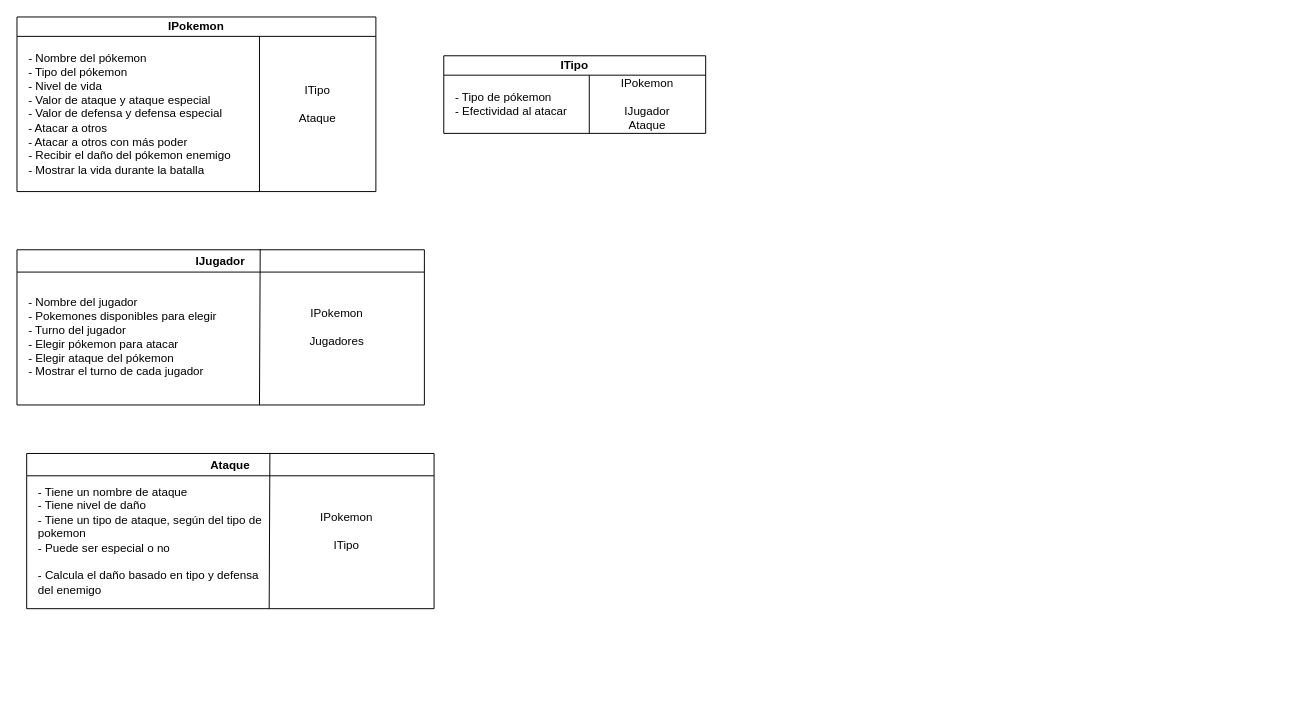
The draw.io diagram docs/Tarjetas CRC Primera Entrega.drawio in ucudal/pii_2024_2_equipo16, before the edit. Source tidied: cells renumbered, new cells numbered last; positions are measured from the earlier drawing's top-left corner, leaving out a move shared by most shapes. Both pictures are drawn from the tidied source at 97%, with x=0, y=0 at pixel (16, 16).
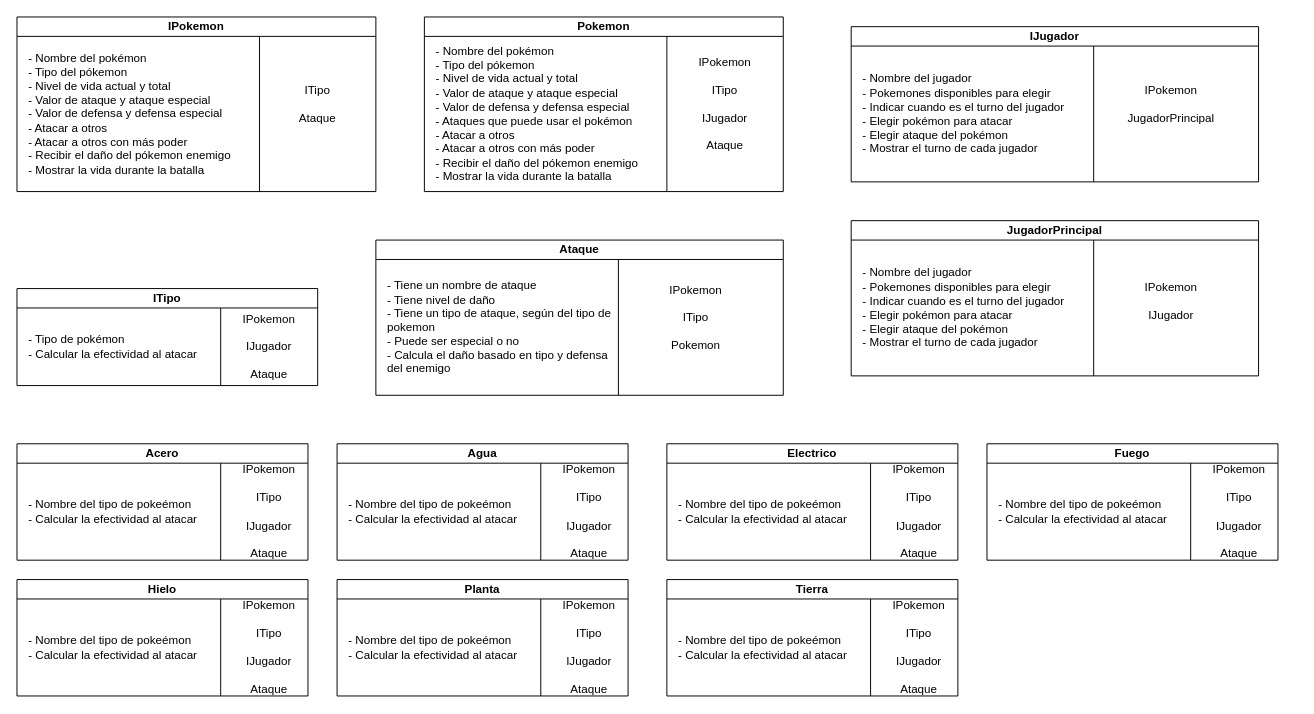
The same page after the edit.

Unchanged cells that the change refers to:
```xml
<mxCell id="2" value="IPokemon" style="swimlane;whiteSpace=wrap;html=1;startSize=20;" parent="1" vertex="1">
  <mxGeometry width="370" height="180" as="geometry" />
</mxCell>
```

Change to the diagram source:
```diff
@@
-    <mxCell id="3" value="- Nombre del pókemon&lt;div&gt;&lt;div&gt;&lt;div&gt;- Tipo del pókemon&lt;/div&gt;&lt;div&gt;- Nivel de vida&lt;/div&gt;&lt;div&gt;- Valor de ataque y ataque especial&lt;/div&gt;&lt;/div&gt;&lt;div&gt;- Valor de defensa y defensa especial&lt;/div&gt;&lt;div&gt;- Atacar a otros&lt;/div&gt;&lt;div&gt;- Atacar a otros con más poder&lt;/div&gt;&lt;div&gt;- Recibir el daño del pókemon enemigo&lt;/div&gt;&lt;div&gt;- Mostrar la vida durante la batalla&lt;/div&gt;&lt;/div&gt;" style="text;html=1;align=left;verticalAlign=middle;whiteSpace=wrap;rounded=0;" parent="2" vertex="1">
+    <mxCell id="3" value="- Nombre del pokémon&lt;div&gt;&lt;div&gt;&lt;div&gt;- Tipo del pókemon&lt;/div&gt;&lt;div&gt;- Nivel de vida actual y total&lt;/div&gt;&lt;div&gt;- Valor de ataque y ataque especial&lt;/div&gt;&lt;/div&gt;&lt;div&gt;- Valor de defensa y defensa especial&lt;/div&gt;&lt;div&gt;- Atacar a otros&lt;/div&gt;&lt;div&gt;- Atacar a otros con más poder&lt;/div&gt;&lt;div&gt;- Recibir el daño del pókemon enemigo&lt;/div&gt;&lt;div&gt;- Mostrar la vida durante la batalla&lt;/div&gt;&lt;/div&gt;" style="text;html=1;align=left;verticalAlign=middle;whiteSpace=wrap;rounded=0;" parent="2" vertex="1">
       <mxGeometry x="10" y="20" width="240" height="160" as="geometry" />
     </mxCell>
@@
     <mxCell id="6" value="ITipo" style="swimlane;whiteSpace=wrap;html=1;startSize=20;" parent="1" vertex="1">
-      <mxGeometry x="440" y="40" width="270" height="80" as="geometry" />
+      <mxGeometry y="280" width="310" height="100" as="geometry" />
     </mxCell>
-    <mxCell id="7" value="- Tipo de pókemon&lt;div&gt;- Efectividad al atacar&lt;/div&gt;" style="text;html=1;align=left;verticalAlign=middle;whiteSpace=wrap;rounded=0;" parent="6" vertex="1">
-      <mxGeometry x="10" y="20" width="140" height="60" as="geometry" />
+    <mxCell id="7" value="- Tipo de pokémon&lt;div&gt;- Calcular la efectividad al atacar&lt;br&gt;&lt;/div&gt;" style="text;html=1;align=left;verticalAlign=middle;whiteSpace=wrap;rounded=0;" parent="6" vertex="1">
+      <mxGeometry x="10" y="30" width="180" height="60" as="geometry" />
     </mxCell>
-    <mxCell id="8" value="IPokemon&lt;div&gt;&lt;br&gt;&lt;div&gt;IJugador&lt;/div&gt;&lt;/div&gt;&lt;div&gt;Ataque&lt;/div&gt;" style="text;html=1;align=center;verticalAlign=middle;whiteSpace=wrap;rounded=0;" parent="6" vertex="1">
-      <mxGeometry x="180" y="35" width="60" height="30" as="geometry" />
+    <mxCell id="8" value="IPokemon&lt;div&gt;&lt;br&gt;&lt;div&gt;IJugador&lt;/div&gt;&lt;/div&gt;&lt;div&gt;&lt;br&gt;&lt;/div&gt;&lt;div&gt;Ataque&lt;/div&gt;" style="text;html=1;align=center;verticalAlign=middle;whiteSpace=wrap;rounded=0;" parent="6" vertex="1">
+      <mxGeometry x="230" y="20" width="60" height="80" as="geometry" />
     </mxCell>
-    <mxCell id="9" style="endArrow=none;html=1;rounded=0;exitX=1;exitY=1;exitDx=0;exitDy=0;entryX=1;entryY=0;entryDx=0;entryDy=0;" parent="6" edge="1" source="7" target="7">
-      <mxGeometry relative="1" as="geometry" />
+    <mxCell id="9" style="endArrow=none;html=1;rounded=0;" parent="6" edge="1">
+      <mxGeometry relative="1" as="geometry">
+        <mxPoint x="210" y="100" as="sourcePoint" />
+        <mxPoint x="210" y="20" as="targetPoint" />
+      </mxGeometry>
     </mxCell>
-    <mxCell id="10" value="IJugador" style="swimlane;whiteSpace=wrap;html=1;" parent="1" vertex="1">
-      <mxGeometry y="240" width="420" height="160" as="geometry" />
+    <mxCell id="10" value="IJugador" style="swimlane;whiteSpace=wrap;html=1;startSize=20;" parent="1" vertex="1">
+      <mxGeometry x="860" y="10" width="420" height="160" as="geometry" />
     </mxCell>
-    <mxCell id="11" value="- Nombre del jugador&lt;div&gt;- Pokemones disponibles para elegir&lt;/div&gt;&lt;div&gt;- Turno del jugador&lt;/div&gt;&lt;div&gt;- Elegir pókemon para atacar&lt;/div&gt;&lt;div&gt;- Elegir ataque del pókemon&amp;nbsp;&lt;/div&gt;&lt;div&gt;- Mostrar el turno de cada jugador&lt;/div&gt;" style="text;html=1;align=left;verticalAlign=middle;whiteSpace=wrap;rounded=0;" parent="10" vertex="1">
+    <mxCell id="11" value="- Nombre del jugador&lt;div&gt;- Pokemones disponibles para elegir&lt;/div&gt;&lt;div&gt;&lt;span style=&quot;background-color: initial;&quot;&gt;- Indicar cuando es el turno del jugador&lt;/span&gt;&lt;/div&gt;&lt;div&gt;&lt;span style=&quot;background-color: initial;&quot;&gt;- Elegir pokémon para atacar&lt;/span&gt;&lt;br&gt;&lt;/div&gt;&lt;div&gt;- Elegir ataque del pokémon&amp;nbsp;&lt;/div&gt;&lt;div&gt;- Mostrar el turno de cada jugador&lt;/div&gt;" style="text;html=1;align=left;verticalAlign=middle;whiteSpace=wrap;rounded=0;" parent="10" vertex="1">
       <mxGeometry x="10" y="20" width="240" height="140" as="geometry" />
     </mxCell>
-    <mxCell id="12" style="endArrow=none;html=1;rounded=0;entryX=0.597;entryY=-0.004;entryDx=0;entryDy=0;exitX=1;exitY=1;exitDx=0;exitDy=0;entryPerimeter=0;" parent="10" edge="1" source="11" target="10">
-      <mxGeometry relative="1" as="geometry" />
+    <mxCell id="12" style="endArrow=none;html=1;rounded=0;exitX=1;exitY=1;exitDx=0;exitDy=0;" parent="10" edge="1" source="11">
+      <mxGeometry relative="1" as="geometry">
+        <mxPoint x="250" y="20" as="targetPoint" />
+      </mxGeometry>
     </mxCell>
-    <mxCell id="13" value="IPokemon&lt;div&gt;&lt;br&gt;&lt;/div&gt;&lt;div&gt;Jugadores&lt;/div&gt;" style="text;html=1;align=center;verticalAlign=middle;whiteSpace=wrap;rounded=0;" parent="10" vertex="1">
+    <mxCell id="13" value="IPokemon&lt;div&gt;&lt;br&gt;&lt;/div&gt;&lt;div&gt;JugadorPrincipal&lt;/div&gt;" style="text;html=1;align=center;verticalAlign=middle;whiteSpace=wrap;rounded=0;" parent="10" vertex="1">
       <mxGeometry x="300" y="65" width="60" height="30" as="geometry" />
     </mxCell>
-    <mxCell id="14" value="Ataque" style="swimlane;whiteSpace=wrap;html=1;" parent="1" vertex="1">
-      <mxGeometry x="10" y="450" width="420" height="160" as="geometry" />
+    <mxCell id="14" value="Ataque" style="swimlane;whiteSpace=wrap;html=1;startSize=20;" parent="1" vertex="1">
+      <mxGeometry x="370" y="230" width="420" height="160" as="geometry" />
     </mxCell>
-    <mxCell id="15" value="- Tiene un nombre de ataque&lt;div&gt;- Tiene nivel de daño&lt;/div&gt;&lt;div&gt;- Tiene un tipo de ataque, según del tipo de pokemon&lt;/div&gt;&lt;div&gt;- Puede ser especial o no&lt;/div&gt;&lt;div&gt;&lt;br&gt;&lt;/div&gt;&lt;div&gt;- Calcula el daño basado en tipo y defensa del enemigo&lt;/div&gt;" style="text;html=1;align=left;verticalAlign=middle;whiteSpace=wrap;rounded=0;" parent="14" vertex="1">
+    <mxCell id="15" value="- Tiene un nombre de ataque&lt;div&gt;- Tiene nivel de daño&lt;/div&gt;&lt;div&gt;- Tiene un tipo de ataque, según del tipo de pokemon&lt;/div&gt;&lt;div&gt;- Puede ser especial o no&lt;/div&gt;&lt;div&gt;- Calcula el daño basado en tipo y defensa del enemigo&lt;/div&gt;" style="text;html=1;align=left;verticalAlign=middle;whiteSpace=wrap;rounded=0;" parent="14" vertex="1">
       <mxGeometry x="10" y="20" width="240" height="140" as="geometry" />
     </mxCell>
-    <mxCell id="16" style="endArrow=none;html=1;rounded=0;entryX=0.597;entryY=-0.004;entryDx=0;entryDy=0;exitX=1;exitY=1;exitDx=0;exitDy=0;entryPerimeter=0;" parent="14" edge="1" source="15" target="14">
-      <mxGeometry relative="1" as="geometry" />
+    <mxCell id="16" style="endArrow=none;html=1;rounded=0;exitX=1;exitY=1;exitDx=0;exitDy=0;" parent="14" edge="1" source="15">
+      <mxGeometry relative="1" as="geometry">
+        <mxPoint x="250" y="20" as="targetPoint" />
+      </mxGeometry>
     </mxCell>
-    <mxCell id="17" value="IPokemon&lt;div&gt;&lt;br&gt;&lt;/div&gt;&lt;div&gt;ITipo&lt;/div&gt;" style="text;html=1;align=center;verticalAlign=middle;whiteSpace=wrap;rounded=0;" parent="14" vertex="1">
+    <mxCell id="17" value="IPokemon&lt;div&gt;&lt;br&gt;&lt;/div&gt;&lt;div&gt;ITipo&lt;/div&gt;&lt;div&gt;&lt;br&gt;&lt;/div&gt;&lt;div&gt;Pokemon&lt;/div&gt;" style="text;html=1;align=center;verticalAlign=middle;whiteSpace=wrap;rounded=0;" parent="14" vertex="1">
       <mxGeometry x="300" y="65" width="60" height="30" as="geometry" />
     </mxCell>
+    <mxCell id="18" value="Pokemon" style="swimlane;whiteSpace=wrap;html=1;startSize=20;" parent="1" vertex="1">
+      <mxGeometry x="420" width="370" height="180" as="geometry" />
+    </mxCell>
+    <mxCell id="19" value="- Nombre del pokémon&lt;div&gt;&lt;div&gt;&lt;div&gt;- Tipo del pókemon&lt;/div&gt;&lt;div&gt;- Nivel de vida actual y total&lt;/div&gt;&lt;div&gt;- Valor de ataque y ataque especial&lt;/div&gt;&lt;/div&gt;&lt;div&gt;- Valor de defensa y defensa especial&lt;/div&gt;&lt;div&gt;- Ataques que puede usar el pokémon&lt;/div&gt;&lt;div&gt;- Atacar a otros&lt;/div&gt;&lt;div&gt;- Atacar a otros con más poder&lt;/div&gt;&lt;div&gt;- Recibir el daño del pókemon enemigo&lt;/div&gt;&lt;div&gt;- Mostrar la vida durante la batalla&lt;/div&gt;&lt;/div&gt;" style="text;html=1;align=left;verticalAlign=middle;whiteSpace=wrap;rounded=0;" parent="18" vertex="1">
+      <mxGeometry x="10" y="20" width="240" height="160" as="geometry" />
+    </mxCell>
+    <mxCell id="20" style="endArrow=none;html=1;rounded=0;exitX=1;exitY=1;exitDx=0;exitDy=0;" parent="18" edge="1" source="19">
+      <mxGeometry relative="1" as="geometry">
+        <mxPoint x="250" y="20" as="targetPoint" />
+        <Array as="points">
+          <mxPoint x="250" y="20" />
+        </Array>
+      </mxGeometry>
+    </mxCell>
+    <mxCell id="21" value="IPokemon&lt;div&gt;&lt;br&gt;&lt;/div&gt;&lt;div&gt;ITipo&lt;/div&gt;&lt;div&gt;&lt;br&gt;&lt;/div&gt;&lt;div&gt;IJugador&lt;br&gt;&lt;div&gt;&lt;br&gt;&lt;div&gt;Ataque&lt;/div&gt;&lt;/div&gt;&lt;/div&gt;" style="text;html=1;align=center;verticalAlign=middle;whiteSpace=wrap;rounded=0;" parent="18" vertex="1">
+      <mxGeometry x="250" y="75" width="120" height="30" as="geometry" />
+    </mxCell>
+    <mxCell id="22" value="Acero" style="swimlane;whiteSpace=wrap;html=1;startSize=20;" parent="1" vertex="1">
+      <mxGeometry y="440" width="300" height="120" as="geometry" />
+    </mxCell>
+    <mxCell id="23" value="- Nombre del tipo de pokeémon&lt;div&gt;&lt;div&gt;&lt;div&gt;- Calcular la efectividad al atacar&lt;/div&gt;&lt;/div&gt;&lt;/div&gt;" style="text;html=1;align=left;verticalAlign=middle;whiteSpace=wrap;rounded=0;" parent="22" vertex="1">
+      <mxGeometry x="10" y="20" width="200" height="100" as="geometry" />
+    </mxCell>
+    <mxCell id="24" style="endArrow=none;html=1;rounded=0;" parent="22" edge="1">
+      <mxGeometry relative="1" as="geometry">
+        <mxPoint x="210" y="120" as="sourcePoint" />
+        <mxPoint x="210" y="20" as="targetPoint" />
+        <Array as="points">
+          <mxPoint x="210" y="20" />
+        </Array>
+      </mxGeometry>
+    </mxCell>
+    <mxCell id="25" value="IPokemon&lt;div&gt;&lt;br&gt;&lt;/div&gt;&lt;div&gt;ITipo&lt;/div&gt;&lt;div&gt;&lt;br&gt;&lt;/div&gt;&lt;div&gt;IJugador&lt;br&gt;&lt;div&gt;&lt;br&gt;&lt;div&gt;Ataque&lt;/div&gt;&lt;/div&gt;&lt;/div&gt;" style="text;html=1;align=center;verticalAlign=middle;whiteSpace=wrap;rounded=0;" parent="22" vertex="1">
+      <mxGeometry x="200" y="67.5" width="120" height="5" as="geometry" />
+    </mxCell>
+    <mxCell id="26" value="Electrico" style="swimlane;whiteSpace=wrap;html=1;startSize=20;" parent="1" vertex="1">
+      <mxGeometry x="670" y="440" width="300" height="120" as="geometry" />
+    </mxCell>
+    <mxCell id="27" value="- Nombre del tipo de pokeémon&lt;div&gt;&lt;div&gt;&lt;div&gt;- Calcular la efectividad al atacar&lt;/div&gt;&lt;/div&gt;&lt;/div&gt;" style="text;html=1;align=left;verticalAlign=middle;whiteSpace=wrap;rounded=0;" parent="26" vertex="1">
+      <mxGeometry x="10" y="20" width="200" height="100" as="geometry" />
+    </mxCell>
+    <mxCell id="28" style="endArrow=none;html=1;rounded=0;" parent="26" edge="1">
+      <mxGeometry relative="1" as="geometry">
+        <mxPoint x="210" y="120" as="sourcePoint" />
+        <mxPoint x="210" y="20" as="targetPoint" />
+        <Array as="points">
+          <mxPoint x="210" y="20" />
+        </Array>
+      </mxGeometry>
+    </mxCell>
+    <mxCell id="29" value="IPokemon&lt;div&gt;&lt;br&gt;&lt;/div&gt;&lt;div&gt;ITipo&lt;/div&gt;&lt;div&gt;&lt;br&gt;&lt;/div&gt;&lt;div&gt;IJugador&lt;br&gt;&lt;div&gt;&lt;br&gt;&lt;div&gt;Ataque&lt;/div&gt;&lt;/div&gt;&lt;/div&gt;" style="text;html=1;align=center;verticalAlign=middle;whiteSpace=wrap;rounded=0;" parent="26" vertex="1">
+      <mxGeometry x="200" y="67.5" width="120" height="5" as="geometry" />
+    </mxCell>
+    <mxCell id="30" value="Agua" style="swimlane;whiteSpace=wrap;html=1;startSize=20;" parent="1" vertex="1">
+      <mxGeometry x="330" y="440" width="300" height="120" as="geometry" />
+    </mxCell>
+    <mxCell id="31" value="- Nombre del tipo de pokeémon&lt;div&gt;&lt;div&gt;&lt;div&gt;- Calcular la efectividad al atacar&lt;/div&gt;&lt;/div&gt;&lt;/div&gt;" style="text;html=1;align=left;verticalAlign=middle;whiteSpace=wrap;rounded=0;" parent="30" vertex="1">
+      <mxGeometry x="10" y="20" width="200" height="100" as="geometry" />
+    </mxCell>
+    <mxCell id="32" style="endArrow=none;html=1;rounded=0;" parent="30" edge="1">
+      <mxGeometry relative="1" as="geometry">
+        <mxPoint x="210" y="120" as="sourcePoint" />
+        <mxPoint x="210" y="20" as="targetPoint" />
+        <Array as="points">
+          <mxPoint x="210" y="20" />
+        </Array>
+      </mxGeometry>
+    </mxCell>
+    <mxCell id="33" value="IPokemon&lt;div&gt;&lt;br&gt;&lt;/div&gt;&lt;div&gt;ITipo&lt;/div&gt;&lt;div&gt;&lt;br&gt;&lt;/div&gt;&lt;div&gt;IJugador&lt;br&gt;&lt;div&gt;&lt;br&gt;&lt;div&gt;Ataque&lt;/div&gt;&lt;/div&gt;&lt;/div&gt;" style="text;html=1;align=center;verticalAlign=middle;whiteSpace=wrap;rounded=0;" parent="30" vertex="1">
+      <mxGeometry x="200" y="67.5" width="120" height="5" as="geometry" />
+    </mxCell>
+    <mxCell id="34" value="Fuego" style="swimlane;whiteSpace=wrap;html=1;startSize=20;" parent="1" vertex="1">
+      <mxGeometry x="1000" y="440" width="300" height="120" as="geometry" />
+    </mxCell>
+    <mxCell id="35" value="- Nombre del tipo de pokeémon&lt;div&gt;&lt;div&gt;&lt;div&gt;- Calcular la efectividad al atacar&lt;/div&gt;&lt;/div&gt;&lt;/div&gt;" style="text;html=1;align=left;verticalAlign=middle;whiteSpace=wrap;rounded=0;" parent="34" vertex="1">
+      <mxGeometry x="10" y="20" width="200" height="100" as="geometry" />
+    </mxCell>
+    <mxCell id="36" style="endArrow=none;html=1;rounded=0;" parent="34" edge="1">
+      <mxGeometry relative="1" as="geometry">
+        <mxPoint x="210" y="120" as="sourcePoint" />
+        <mxPoint x="210" y="20" as="targetPoint" />
+        <Array as="points">
+          <mxPoint x="210" y="20" />
+        </Array>
+      </mxGeometry>
+    </mxCell>
+    <mxCell id="37" value="IPokemon&lt;div&gt;&lt;br&gt;&lt;/div&gt;&lt;div&gt;ITipo&lt;/div&gt;&lt;div&gt;&lt;br&gt;&lt;/div&gt;&lt;div&gt;IJugador&lt;br&gt;&lt;div&gt;&lt;br&gt;&lt;div&gt;Ataque&lt;/div&gt;&lt;/div&gt;&lt;/div&gt;" style="text;html=1;align=center;verticalAlign=middle;whiteSpace=wrap;rounded=0;" parent="34" vertex="1">
+      <mxGeometry x="200" y="67.5" width="120" height="5" as="geometry" />
+    </mxCell>
+    <mxCell id="38" value="Hielo" style="swimlane;whiteSpace=wrap;html=1;startSize=20;" parent="1" vertex="1">
+      <mxGeometry y="580" width="300" height="120" as="geometry" />
+    </mxCell>
+    <mxCell id="39" value="- Nombre del tipo de pokeémon&lt;div&gt;&lt;div&gt;&lt;div&gt;- Calcular la efectividad al atacar&lt;/div&gt;&lt;/div&gt;&lt;/div&gt;" style="text;html=1;align=left;verticalAlign=middle;whiteSpace=wrap;rounded=0;" parent="38" vertex="1">
+      <mxGeometry x="10" y="20" width="200" height="100" as="geometry" />
+    </mxCell>
+    <mxCell id="40" style="endArrow=none;html=1;rounded=0;" parent="38" edge="1">
+      <mxGeometry relative="1" as="geometry">
+        <mxPoint x="210" y="120" as="sourcePoint" />
+        <mxPoint x="210" y="20" as="targetPoint" />
+        <Array as="points">
+          <mxPoint x="210" y="20" />
+        </Array>
+      </mxGeometry>
+    </mxCell>
+    <mxCell id="41" value="IPokemon&lt;div&gt;&lt;br&gt;&lt;/div&gt;&lt;div&gt;ITipo&lt;/div&gt;&lt;div&gt;&lt;br&gt;&lt;/div&gt;&lt;div&gt;IJugador&lt;br&gt;&lt;div&gt;&lt;br&gt;&lt;div&gt;Ataque&lt;/div&gt;&lt;/div&gt;&lt;/div&gt;" style="text;html=1;align=center;verticalAlign=middle;whiteSpace=wrap;rounded=0;" parent="38" vertex="1">
+      <mxGeometry x="200" y="67.5" width="120" height="5" as="geometry" />
+    </mxCell>
+    <mxCell id="42" value="Tierra" style="swimlane;whiteSpace=wrap;html=1;startSize=20;" parent="1" vertex="1">
+      <mxGeometry x="670" y="580" width="300" height="120" as="geometry" />
+    </mxCell>
+    <mxCell id="43" value="- Nombre del tipo de pokeémon&lt;div&gt;&lt;div&gt;&lt;div&gt;- Calcular la efectividad al atacar&lt;/div&gt;&lt;/div&gt;&lt;/div&gt;" style="text;html=1;align=left;verticalAlign=middle;whiteSpace=wrap;rounded=0;" parent="42" vertex="1">
+      <mxGeometry x="10" y="20" width="200" height="100" as="geometry" />
+    </mxCell>
+    <mxCell id="44" style="endArrow=none;html=1;rounded=0;" parent="42" edge="1">
+      <mxGeometry relative="1" as="geometry">
+        <mxPoint x="210" y="120" as="sourcePoint" />
+        <mxPoint x="210" y="20" as="targetPoint" />
+        <Array as="points">
+          <mxPoint x="210" y="20" />
+        </Array>
+      </mxGeometry>
+    </mxCell>
+    <mxCell id="45" value="IPokemon&lt;div&gt;&lt;br&gt;&lt;/div&gt;&lt;div&gt;ITipo&lt;/div&gt;&lt;div&gt;&lt;br&gt;&lt;/div&gt;&lt;div&gt;IJugador&lt;br&gt;&lt;div&gt;&lt;br&gt;&lt;div&gt;Ataque&lt;/div&gt;&lt;/div&gt;&lt;/div&gt;" style="text;html=1;align=center;verticalAlign=middle;whiteSpace=wrap;rounded=0;" parent="42" vertex="1">
+      <mxGeometry x="200" y="67.5" width="120" height="5" as="geometry" />
+    </mxCell>
+    <mxCell id="46" value="Planta" style="swimlane;whiteSpace=wrap;html=1;startSize=20;" parent="1" vertex="1">
+      <mxGeometry x="330" y="580" width="300" height="120" as="geometry" />
+    </mxCell>
+    <mxCell id="47" value="- Nombre del tipo de pokeémon&lt;div&gt;&lt;div&gt;&lt;div&gt;- Calcular la efectividad al atacar&lt;/div&gt;&lt;/div&gt;&lt;/div&gt;" style="text;html=1;align=left;verticalAlign=middle;whiteSpace=wrap;rounded=0;" parent="46" vertex="1">
+      <mxGeometry x="10" y="20" width="200" height="100" as="geometry" />
+    </mxCell>
+    <mxCell id="48" style="endArrow=none;html=1;rounded=0;" parent="46" edge="1">
+      <mxGeometry relative="1" as="geometry">
+        <mxPoint x="210" y="120" as="sourcePoint" />
+        <mxPoint x="210" y="20" as="targetPoint" />
+        <Array as="points">
+          <mxPoint x="210" y="20" />
+        </Array>
+      </mxGeometry>
+    </mxCell>
+    <mxCell id="49" value="IPokemon&lt;div&gt;&lt;br&gt;&lt;/div&gt;&lt;div&gt;ITipo&lt;/div&gt;&lt;div&gt;&lt;br&gt;&lt;/div&gt;&lt;div&gt;IJugador&lt;br&gt;&lt;div&gt;&lt;br&gt;&lt;div&gt;Ataque&lt;/div&gt;&lt;/div&gt;&lt;/div&gt;" style="text;html=1;align=center;verticalAlign=middle;whiteSpace=wrap;rounded=0;" parent="46" vertex="1">
+      <mxGeometry x="200" y="67.5" width="120" height="5" as="geometry" />
+    </mxCell>
+    <mxCell id="50" value="JugadorPrincipal" style="swimlane;whiteSpace=wrap;html=1;startSize=20;" parent="1" vertex="1">
+      <mxGeometry x="860" y="210" width="420" height="160" as="geometry" />
+    </mxCell>
+    <mxCell id="51" value="&lt;div&gt;- Nombre del jugador&lt;/div&gt;&lt;div&gt;- Pokemones disponibles para elegir&lt;/div&gt;&lt;div&gt;&lt;span style=&quot;background-color: initial;&quot;&gt;- Indicar cuando es el turno del jugador&lt;/span&gt;&lt;/div&gt;&lt;div&gt;&lt;div&gt;&lt;span style=&quot;background-color: initial;&quot;&gt;- Elegir pokémon para atacar&lt;/span&gt;&lt;br&gt;&lt;/div&gt;&lt;div&gt;- Elegir ataque del pokémon&amp;nbsp;&lt;/div&gt;&lt;div&gt;- Mostrar el turno de cada jugador&lt;/div&gt;&lt;/div&gt;" style="text;html=1;align=left;verticalAlign=middle;whiteSpace=wrap;rounded=0;" parent="50" vertex="1">
+      <mxGeometry x="10" y="20" width="240" height="140" as="geometry" />
+    </mxCell>
+    <mxCell id="52" style="endArrow=none;html=1;rounded=0;exitX=1;exitY=1;exitDx=0;exitDy=0;" parent="50" edge="1" source="51">
+      <mxGeometry relative="1" as="geometry">
+        <mxPoint x="250" y="20" as="targetPoint" />
+      </mxGeometry>
+    </mxCell>
+    <mxCell id="53" value="IPokemon&lt;div&gt;&lt;br&gt;&lt;/div&gt;&lt;div&gt;IJugador&lt;div&gt;&lt;div&gt;&lt;br&gt;&lt;/div&gt;&lt;/div&gt;&lt;/div&gt;" style="text;html=1;align=center;verticalAlign=middle;whiteSpace=wrap;rounded=0;" parent="50" vertex="1">
+      <mxGeometry x="300" y="75" width="60" height="30" as="geometry" />
+    </mxCell>
```
